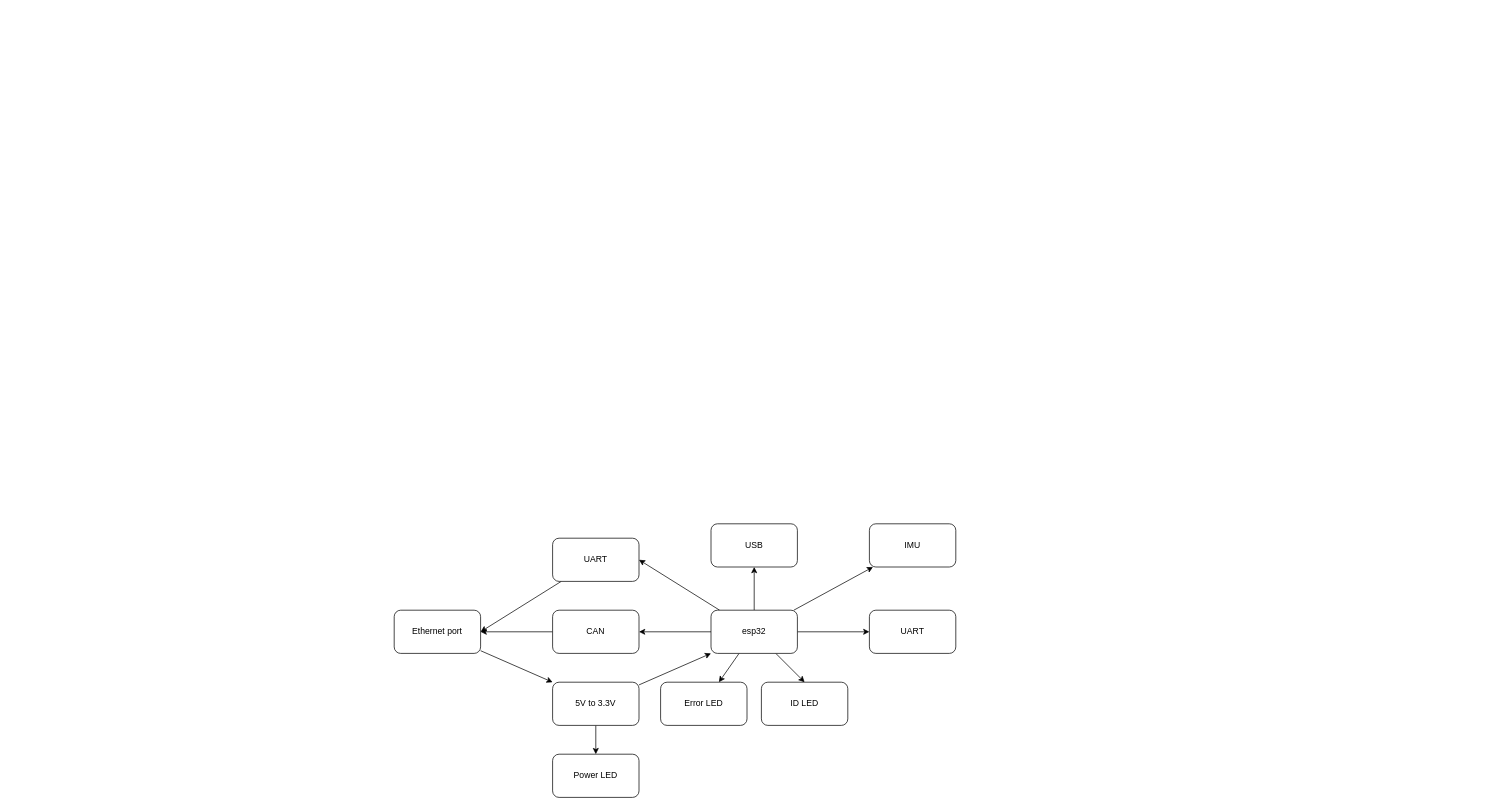
This is ACE 2027/BMS/BMS.drawio from robotique-udes/Exo_Electric, a draw.io file, before an edit. Source tidied: cells renumbered, new cells numbered last; positions are measured from the earlier drawing's top-left corner, leaving out a move shared by most shapes. Both pictures are drawn from the tidied source at 72%, with x=0, y=0 at pixel (394, 523).
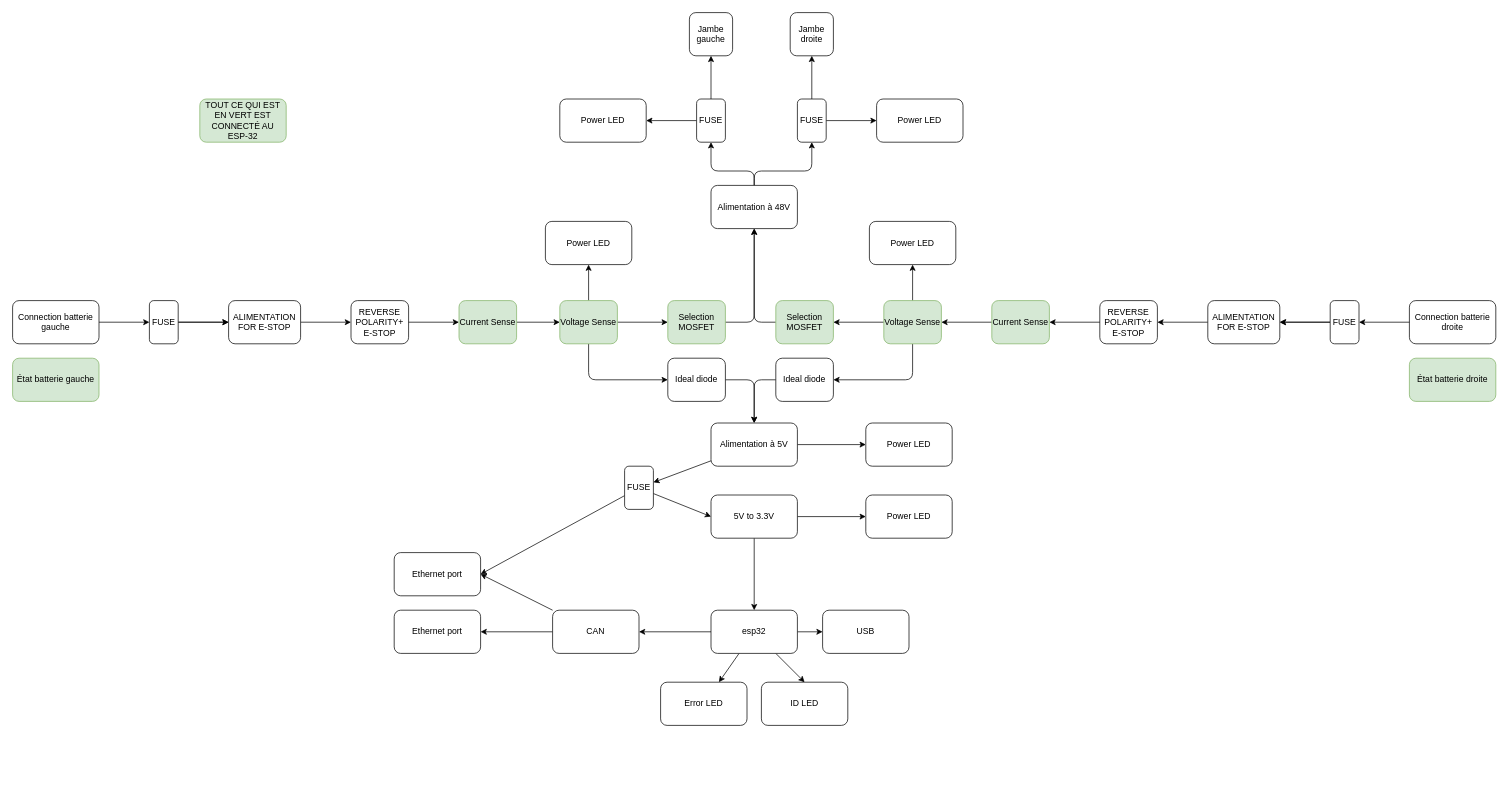
After the change.

Unchanged cells that the change refers to:
```xml
<mxCell id="12" value="esp32" style="rounded=1;whiteSpace=wrap;html=1;" parent="1" vertex="1">
  <mxGeometry x="440" y="120" width="120" height="60" as="geometry" />
</mxCell>
<mxCell id="14" value="CAN" style="rounded=1;whiteSpace=wrap;html=1;" parent="1" vertex="1">
  <mxGeometry x="220" y="120" width="120" height="60" as="geometry" />
</mxCell>
<mxCell id="18" value="Ethernet port" style="rounded=1;whiteSpace=wrap;html=1;" parent="1" vertex="1">
  <mxGeometry y="120" width="120" height="60" as="geometry" />
</mxCell>
```

What changed in the source:
```diff
@@
+    <mxCell id="3" style="edgeStyle=none;html=1;" parent="1" edge="1" source="4" target="22">
+      <mxGeometry relative="1" as="geometry" />
+    </mxCell>
-    <mxCell id="2" style="edgeStyle=none;html=1;entryX=0;entryY=1;entryDx=0;entryDy=0;" parent="1" edge="1" source="4" target="12">
+    <mxCell id="2" style="edgeStyle=none;html=1;entryX=0.5;entryY=0;entryDx=0;entryDy=0;" parent="1" edge="1" source="4" target="12">
       <mxGeometry relative="1" as="geometry" />
     </mxCell>
-    <mxCell id="3" style="edgeStyle=none;html=1;" parent="1" edge="1" source="4" target="22">
-      <mxGeometry relative="1" as="geometry" />
-    </mxCell>
     <mxCell id="4" value="5V to 3.3V" style="rounded=1;whiteSpace=wrap;html=1;" parent="1" vertex="1">
-      <mxGeometry x="220" y="220" width="120" height="60" as="geometry" />
+      <mxGeometry x="440" y="-40" width="120" height="60" as="geometry" />
     </mxCell>
@@
-    <mxCell id="7" style="edgeStyle=none;html=1;" parent="1" edge="1" source="12" target="19">
-      <mxGeometry relative="1" as="geometry" />
-    </mxCell>
-    <mxCell id="8" style="edgeStyle=none;html=1;" parent="1" edge="1" source="12" target="16">
-      <mxGeometry relative="1" as="geometry" />
-    </mxCell>
-    <mxCell id="9" style="edgeStyle=none;html=1;entryX=1;entryY=0.5;entryDx=0;entryDy=0;" parent="1" edge="1" source="12" target="21">
-      <mxGeometry relative="1" as="geometry" />
-    </mxCell>
@@
+    <mxCell id="25" style="edgeStyle=none;html=1;entryX=1;entryY=0.5;entryDx=0;entryDy=0;" parent="1" edge="1" source="14" target="29">
+      <mxGeometry relative="1" as="geometry" />
+    </mxCell>
@@
     <mxCell id="15" value="USB" style="rounded=1;whiteSpace=wrap;html=1;" parent="1" vertex="1">
-      <mxGeometry x="440" width="120" height="60" as="geometry" />
+      <mxGeometry x="595" y="120" width="120" height="60" as="geometry" />
     </mxCell>
-    <mxCell id="16" value="IMU" style="rounded=1;whiteSpace=wrap;html=1;" parent="1" vertex="1">
-      <mxGeometry x="660" width="120" height="60" as="geometry" />
-    </mxCell>
-    <mxCell id="17" style="edgeStyle=none;html=1;entryX=0;entryY=0;entryDx=0;entryDy=0;" parent="1" edge="1" source="18" target="4">
-      <mxGeometry relative="1" as="geometry" />
-    </mxCell>
@@
-    <mxCell id="19" value="UART" style="rounded=1;whiteSpace=wrap;html=1;" parent="1" vertex="1">
-      <mxGeometry x="660" y="120" width="120" height="60" as="geometry" />
-    </mxCell>
-    <mxCell id="20" style="edgeStyle=none;html=1;entryX=1;entryY=0.5;entryDx=0;entryDy=0;" parent="1" edge="1" source="21" target="18">
-      <mxGeometry relative="1" as="geometry" />
-    </mxCell>
-    <mxCell id="21" value="UART" style="rounded=1;whiteSpace=wrap;html=1;" parent="1" vertex="1">
-      <mxGeometry x="220" y="20" width="120" height="60" as="geometry" />
-    </mxCell>
     <mxCell id="22" value="Power LED" style="rounded=1;whiteSpace=wrap;html=1;" parent="1" vertex="1">
-      <mxGeometry x="220" y="320" width="120" height="60" as="geometry" />
+      <mxGeometry x="655" y="-40" width="120" height="60" as="geometry" />
     </mxCell>
@@
+    <mxCell id="26" style="edgeStyle=none;html=1;" parent="1" edge="1" source="49" target="34">
+      <mxGeometry relative="1" as="geometry" />
+    </mxCell>
+    <mxCell id="27" value="Connection batterie gauche" style="rounded=1;whiteSpace=wrap;html=1;" parent="1" vertex="1">
+      <mxGeometry x="-530" y="-310" width="120" height="60" as="geometry" />
+    </mxCell>
+    <mxCell id="28" value="État batterie gauche" style="rounded=1;whiteSpace=wrap;html=1;fillColor=#d5e8d4;strokeColor=#82b366;" parent="1" vertex="1">
+      <mxGeometry x="-530" y="-230" width="120" height="60" as="geometry" />
+    </mxCell>
+    <mxCell id="29" value="Ethernet port" style="rounded=1;whiteSpace=wrap;html=1;" parent="1" vertex="1">
+      <mxGeometry y="40" width="120" height="60" as="geometry" />
+    </mxCell>
+    <mxCell id="30" style="edgeStyle=none;html=1;" parent="1" edge="1" source="49" target="34">
+      <mxGeometry relative="1" as="geometry" />
+    </mxCell>
+    <mxCell id="31" style="edgeStyle=none;html=1;" parent="1" edge="1" source="85" target="40">
+      <mxGeometry relative="1" as="geometry" />
+    </mxCell>
+    <mxCell id="32" value="REVERSE POLARITY+ E-STOP" style="rounded=1;whiteSpace=wrap;html=1;" parent="1" vertex="1">
+      <mxGeometry x="-60" y="-310" width="80" height="60" as="geometry" />
+    </mxCell>
+    <mxCell id="33" style="edgeStyle=none;html=1;" parent="1" edge="1" source="34" target="32">
+      <mxGeometry relative="1" as="geometry" />
+    </mxCell>
+    <mxCell id="34" value="ALIMENTATION FOR E-STOP" style="rounded=1;whiteSpace=wrap;html=1;" parent="1" vertex="1">
+      <mxGeometry x="-230" y="-310" width="100" height="60" as="geometry" />
+    </mxCell>
+    <mxCell id="35" style="edgeStyle=none;html=1;entryX=0.5;entryY=1;entryDx=0;entryDy=0;" parent="1" edge="1" source="36" target="52">
+      <mxGeometry relative="1" as="geometry">
+        <Array as="points">
+          <mxPoint x="500" y="-280" />
+        </Array>
+      </mxGeometry>
+    </mxCell>
+    <mxCell id="36" value="Selection MOSFET" style="rounded=1;whiteSpace=wrap;html=1;fillColor=#d5e8d4;strokeColor=#82b366;" parent="1" vertex="1">
+      <mxGeometry x="380" y="-310" width="80" height="60" as="geometry" />
+    </mxCell>
+    <mxCell id="37" style="edgeStyle=none;html=1;entryX=0;entryY=0.5;entryDx=0;entryDy=0;" parent="1" edge="1" source="40" target="42">
+      <mxGeometry relative="1" as="geometry">
+        <Array as="points">
+          <mxPoint x="270" y="-200" />
+        </Array>
+      </mxGeometry>
+    </mxCell>
+    <mxCell id="38" style="edgeStyle=none;html=1;" parent="1" edge="1" source="40" target="36">
+      <mxGeometry relative="1" as="geometry" />
+    </mxCell>
+    <mxCell id="39" style="edgeStyle=none;html=1;entryX=0.5;entryY=1;entryDx=0;entryDy=0;" parent="1" edge="1" source="40" target="88">
+      <mxGeometry relative="1" as="geometry" />
+    </mxCell>
+    <mxCell id="40" value="Voltage Sense" style="rounded=1;whiteSpace=wrap;html=1;fillColor=#d5e8d4;strokeColor=#82b366;" parent="1" vertex="1">
+      <mxGeometry x="230" y="-310" width="80" height="60" as="geometry" />
+    </mxCell>
+    <mxCell id="41" style="edgeStyle=none;html=1;entryX=0.5;entryY=0;entryDx=0;entryDy=0;" parent="1" edge="1" source="42" target="47">
+      <mxGeometry relative="1" as="geometry">
+        <Array as="points">
+          <mxPoint x="500" y="-200" />
+        </Array>
+      </mxGeometry>
+    </mxCell>
+    <mxCell id="42" value="Ideal diode" style="rounded=1;whiteSpace=wrap;html=1;" parent="1" vertex="1">
+      <mxGeometry x="380" y="-230" width="80" height="60" as="geometry" />
+    </mxCell>
+    <mxCell id="43" style="edgeStyle=none;html=1;entryX=0.5;entryY=0;entryDx=0;entryDy=0;" parent="1" edge="1" source="44" target="47">
+      <mxGeometry relative="1" as="geometry">
+        <Array as="points">
+          <mxPoint x="500" y="-200" />
+        </Array>
+      </mxGeometry>
+    </mxCell>
+    <mxCell id="44" value="Ideal diode" style="rounded=1;whiteSpace=wrap;html=1;" parent="1" vertex="1">
+      <mxGeometry x="530" y="-230" width="80" height="60" as="geometry" />
+    </mxCell>
+    <mxCell id="45" style="edgeStyle=none;html=1;" parent="1" edge="1" source="47" target="55">
+      <mxGeometry relative="1" as="geometry" />
+    </mxCell>
+    <mxCell id="46" style="edgeStyle=none;html=1;" parent="1" edge="1" source="47" target="56">
+      <mxGeometry relative="1" as="geometry" />
+    </mxCell>
+    <mxCell id="47" value="Alimentation à 5V" style="rounded=1;whiteSpace=wrap;html=1;" parent="1" vertex="1">
+      <mxGeometry x="440" y="-140" width="120" height="60" as="geometry" />
+    </mxCell>
+    <mxCell id="48" style="edgeStyle=none;html=1;" parent="1" edge="1" source="27" target="49">
+      <mxGeometry relative="1" as="geometry" />
+    </mxCell>
+    <mxCell id="49" value="FUSE" style="rounded=1;whiteSpace=wrap;html=1;" parent="1" vertex="1">
+      <mxGeometry x="-340" y="-310" width="40" height="60" as="geometry" />
+    </mxCell>
+    <mxCell id="50" style="edgeStyle=none;html=1;entryX=0.5;entryY=1;entryDx=0;entryDy=0;" parent="1" edge="1" source="52" target="79">
+      <mxGeometry relative="1" as="geometry">
+        <Array as="points">
+          <mxPoint x="500" y="-490" />
+          <mxPoint x="580" y="-490" />
+        </Array>
+      </mxGeometry>
+    </mxCell>
+    <mxCell id="51" style="edgeStyle=none;html=1;entryX=0.5;entryY=1;entryDx=0;entryDy=0;" parent="1" edge="1" source="52" target="76">
+      <mxGeometry relative="1" as="geometry">
+        <Array as="points">
+          <mxPoint x="500" y="-490" />
+          <mxPoint x="440" y="-490" />
+        </Array>
+      </mxGeometry>
+    </mxCell>
+    <mxCell id="52" value="Alimentation à 48V" style="rounded=1;whiteSpace=wrap;html=1;" parent="1" vertex="1">
+      <mxGeometry x="440" y="-470" width="120" height="60" as="geometry" />
+    </mxCell>
+    <mxCell id="53" style="edgeStyle=none;html=1;entryX=1;entryY=0.5;entryDx=0;entryDy=0;" parent="1" edge="1" source="55" target="29">
+      <mxGeometry relative="1" as="geometry" />
+    </mxCell>
+    <mxCell id="54" style="edgeStyle=none;html=1;entryX=0;entryY=0.5;entryDx=0;entryDy=0;" parent="1" edge="1" source="55" target="4">
+      <mxGeometry relative="1" as="geometry" />
+    </mxCell>
+    <mxCell id="55" value="FUSE" style="rounded=1;whiteSpace=wrap;html=1;" parent="1" vertex="1">
+      <mxGeometry x="320" y="-80" width="40" height="60" as="geometry" />
+    </mxCell>
+    <mxCell id="56" value="Power LED" style="rounded=1;whiteSpace=wrap;html=1;" parent="1" vertex="1">
+      <mxGeometry x="655" y="-140" width="120" height="60" as="geometry" />
+    </mxCell>
+    <mxCell id="57" value="Power LED" style="rounded=1;whiteSpace=wrap;html=1;" parent="1" vertex="1">
+      <mxGeometry x="670" y="-590" width="120" height="60" as="geometry" />
+    </mxCell>
+    <mxCell id="58" style="edgeStyle=none;html=1;" parent="1" edge="1" source="72" target="64">
+      <mxGeometry relative="1" as="geometry" />
+    </mxCell>
+    <mxCell id="59" value="Connection batterie droite" style="rounded=1;whiteSpace=wrap;html=1;flipH=0;flipV=0;direction=east;" parent="1" vertex="1">
+      <mxGeometry x="1410" y="-310" width="120" height="60" as="geometry" />
+    </mxCell>
+    <mxCell id="60" style="edgeStyle=none;html=1;" parent="1" edge="1" source="72" target="64">
+      <mxGeometry relative="1" as="geometry" />
+    </mxCell>
+    <mxCell id="61" style="edgeStyle=none;html=1;" parent="1" edge="1" source="87" target="70">
+      <mxGeometry relative="1" as="geometry" />
+    </mxCell>
+    <mxCell id="62" value="REVERSE POLARITY+ E-STOP" style="rounded=1;whiteSpace=wrap;html=1;flipH=0;flipV=0;direction=east;" parent="1" vertex="1">
+      <mxGeometry x="980" y="-310" width="80" height="60" as="geometry" />
+    </mxCell>
+    <mxCell id="63" style="edgeStyle=none;html=1;" parent="1" edge="1" source="64" target="62">
+      <mxGeometry relative="1" as="geometry" />
+    </mxCell>
+    <mxCell id="64" value="ALIMENTATION FOR E-STOP" style="rounded=1;whiteSpace=wrap;html=1;flipH=0;flipV=0;direction=east;" parent="1" vertex="1">
+      <mxGeometry x="1130" y="-310" width="100" height="60" as="geometry" />
+    </mxCell>
+    <mxCell id="65" style="edgeStyle=none;html=1;entryX=0.5;entryY=1;entryDx=0;entryDy=0;" parent="1" edge="1" source="66" target="52">
+      <mxGeometry relative="1" as="geometry">
+        <Array as="points">
+          <mxPoint x="500" y="-280" />
+        </Array>
+      </mxGeometry>
+    </mxCell>
+    <mxCell id="66" value="Selection MOSFET" style="rounded=1;whiteSpace=wrap;html=1;fillColor=#d5e8d4;strokeColor=#82b366;flipH=0;flipV=0;direction=east;" parent="1" vertex="1">
+      <mxGeometry x="530" y="-310" width="80" height="60" as="geometry" />
+    </mxCell>
+    <mxCell id="67" style="edgeStyle=none;html=1;" parent="1" edge="1" source="70" target="66">
+      <mxGeometry relative="1" as="geometry" />
+    </mxCell>
+    <mxCell id="68" style="edgeStyle=none;html=1;entryX=1;entryY=0.5;entryDx=0;entryDy=0;" parent="1" edge="1" source="70" target="44">
+      <mxGeometry relative="1" as="geometry">
+        <Array as="points">
+          <mxPoint x="720" y="-200" />
+        </Array>
+      </mxGeometry>
+    </mxCell>
+    <mxCell id="69" style="edgeStyle=none;html=1;entryX=0.5;entryY=1;entryDx=0;entryDy=0;" parent="1" edge="1" source="70" target="89">
+      <mxGeometry relative="1" as="geometry" />
+    </mxCell>
+    <mxCell id="70" value="Voltage Sense" style="rounded=1;whiteSpace=wrap;html=1;fillColor=#d5e8d4;strokeColor=#82b366;flipH=0;flipV=0;direction=east;" parent="1" vertex="1">
+      <mxGeometry x="680" y="-310" width="80" height="60" as="geometry" />
+    </mxCell>
+    <mxCell id="71" style="edgeStyle=none;html=1;" parent="1" edge="1" source="59" target="72">
+      <mxGeometry relative="1" as="geometry" />
+    </mxCell>
+    <mxCell id="72" value="FUSE" style="rounded=1;whiteSpace=wrap;html=1;flipH=0;flipV=0;direction=east;" parent="1" vertex="1">
+      <mxGeometry x="1300" y="-310" width="40" height="60" as="geometry" />
+    </mxCell>
+    <mxCell id="73" value="État batterie droite" style="rounded=1;whiteSpace=wrap;html=1;fillColor=#d5e8d4;strokeColor=#82b366;" parent="1" vertex="1">
+      <mxGeometry x="1410" y="-230" width="120" height="60" as="geometry" />
+    </mxCell>
+    <mxCell id="74" style="edgeStyle=none;html=1;entryX=1;entryY=0.5;entryDx=0;entryDy=0;" parent="1" edge="1" source="76" target="80">
+      <mxGeometry relative="1" as="geometry" />
+    </mxCell>
+    <mxCell id="75" style="edgeStyle=none;html=1;entryX=0.5;entryY=1;entryDx=0;entryDy=0;" parent="1" edge="1" source="76" target="81">
+      <mxGeometry relative="1" as="geometry" />
+    </mxCell>
+    <mxCell id="76" value="FUSE" style="rounded=1;whiteSpace=wrap;html=1;" parent="1" vertex="1">
+      <mxGeometry x="420" y="-590" width="40" height="60" as="geometry" />
+    </mxCell>
+    <mxCell id="77" style="edgeStyle=none;html=1;entryX=0;entryY=0.5;entryDx=0;entryDy=0;" parent="1" edge="1" source="79" target="57">
+      <mxGeometry relative="1" as="geometry" />
+    </mxCell>
+    <mxCell id="78" style="edgeStyle=none;html=1;entryX=0.5;entryY=1;entryDx=0;entryDy=0;" parent="1" edge="1" source="79" target="82">
+      <mxGeometry relative="1" as="geometry" />
+    </mxCell>
+    <mxCell id="79" value="FUSE" style="rounded=1;whiteSpace=wrap;html=1;" parent="1" vertex="1">
+      <mxGeometry x="560" y="-590" width="40" height="60" as="geometry" />
+    </mxCell>
+    <mxCell id="80" value="Power LED" style="rounded=1;whiteSpace=wrap;html=1;" parent="1" vertex="1">
+      <mxGeometry x="230" y="-590" width="120" height="60" as="geometry" />
+    </mxCell>
+    <mxCell id="81" value="Jambe gauche" style="rounded=1;whiteSpace=wrap;html=1;" parent="1" vertex="1">
+      <mxGeometry x="410" y="-710" width="60" height="60" as="geometry" />
+    </mxCell>
+    <mxCell id="82" value="Jambe droite" style="rounded=1;whiteSpace=wrap;html=1;" parent="1" vertex="1">
+      <mxGeometry x="550" y="-710" width="60" height="60" as="geometry" />
+    </mxCell>
+    <mxCell id="83" value="TOUT CE QUI EST EN VERT EST CONNECTÉ AU ESP-32" style="rounded=1;whiteSpace=wrap;html=1;fillColor=#d5e8d4;strokeColor=#82b366;" parent="1" vertex="1">
+      <mxGeometry x="-270" y="-590" width="120" height="60" as="geometry" />
+    </mxCell>
+    <mxCell id="84" style="edgeStyle=none;html=1;" parent="1" edge="1" source="32" target="85">
+      <mxGeometry relative="1" as="geometry" />
+    </mxCell>
+    <mxCell id="85" value="Current Sense" style="rounded=1;whiteSpace=wrap;html=1;fillColor=#d5e8d4;strokeColor=#82b366;" parent="1" vertex="1">
+      <mxGeometry x="90" y="-310" width="80" height="60" as="geometry" />
+    </mxCell>
+    <mxCell id="86" style="edgeStyle=none;html=1;" parent="1" edge="1" source="62" target="87">
+      <mxGeometry relative="1" as="geometry" />
+    </mxCell>
+    <mxCell id="87" value="Current Sense" style="rounded=1;whiteSpace=wrap;html=1;fillColor=#d5e8d4;strokeColor=#82b366;" parent="1" vertex="1">
+      <mxGeometry x="830" y="-310" width="80" height="60" as="geometry" />
+    </mxCell>
+    <mxCell id="88" value="Power LED" style="rounded=1;whiteSpace=wrap;html=1;" parent="1" vertex="1">
+      <mxGeometry x="210" y="-420" width="120" height="60" as="geometry" />
+    </mxCell>
+    <mxCell id="89" value="Power LED" style="rounded=1;whiteSpace=wrap;html=1;" parent="1" vertex="1">
+      <mxGeometry x="660" y="-420" width="120" height="60" as="geometry" />
+    </mxCell>
```
